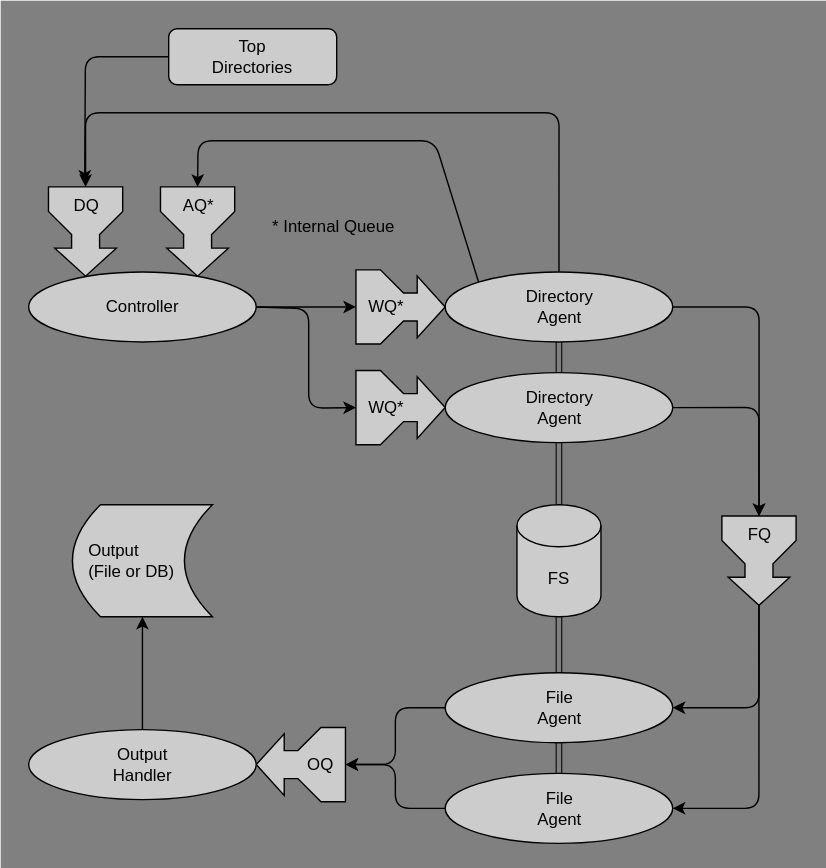
Before: docs/src/images/dirwalker.drawio.svg, a diagram exported from draw.io (david-macmahon/DirWalkers.jl). Source tidied: cells renumbered, new cells last; positions are measured from the earlier drawing's top-left corner, leaving out a move shared by most shapes.
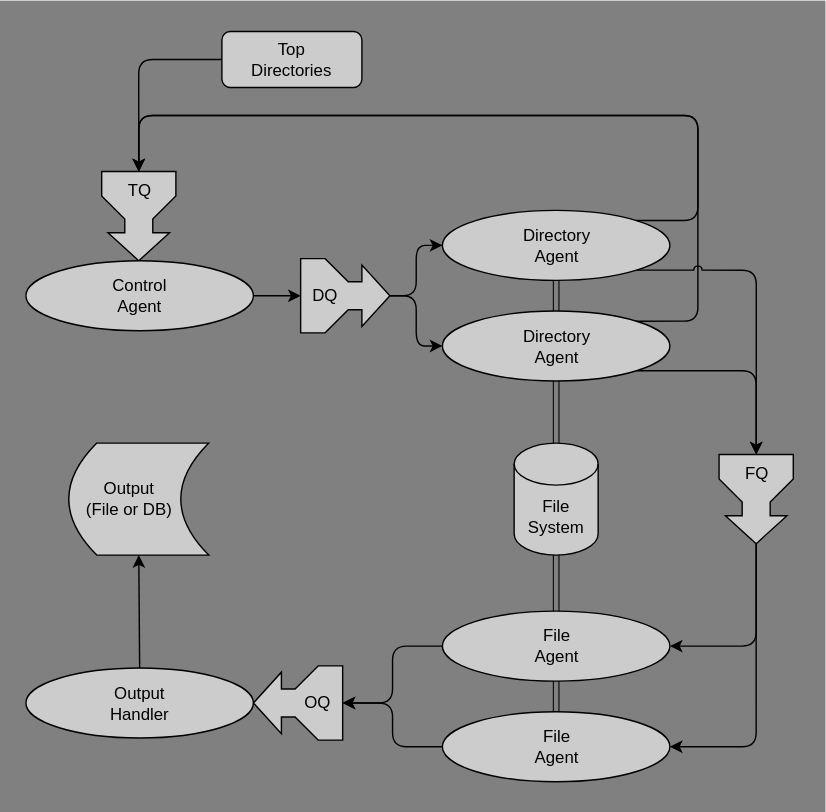
The same diagram one commit later.

Commit message:
Update block diagram with new architecture/terms

Change to the diagram source:
```diff
@@ -3,114 +3,106 @@
     <mxCell id="0" />
     <mxCell id="1" parent="0" />
     <mxCell id="2" style="rounded=0;whiteSpace=wrap;html=1;arcSize=3;fillColor=#808080;strokeColor=none;" parent="1" vertex="1">
-      <mxGeometry width="590" height="620" as="geometry" />
+      <mxGeometry width="590" height="580" as="geometry" />
     </mxCell>
+    <mxCell id="33" style="group;" parent="1" vertex="1">
+      <mxGeometry x="18.9" y="22.1" width="552.2" height="535.9" as="geometry" />
+    </mxCell>
-    <mxCell id="3" style="edgeStyle=orthogonalEdgeStyle;html=1;exitX=0;exitY=0.5;exitDx=0;exitDy=0;" parent="1" edge="1" source="4">
-      <mxGeometry relative="1" as="geometry">
-        <mxPoint x="60" y="130" as="targetPoint" />
-      </mxGeometry>
+    <mxCell id="3" style="edgeStyle=orthogonalEdgeStyle;html=1;exitX=0;exitY=0.5;exitDx=0;exitDy=0;entryX=0;entryY=0.5;entryDx=0;entryDy=0;entryPerimeter=0;" parent="33" edge="1" source="4" target="7">
+      <mxGeometry relative="1" as="geometry" />
     </mxCell>
-    <mxCell id="4" value="Top&lt;div&gt;Directories&lt;/div&gt;" style="rounded=1;whiteSpace=wrap;html=1;fillColor=#CCCCCC;" parent="1" vertex="1">
-      <mxGeometry x="120" y="20" width="120" height="40" as="geometry" />
+    <mxCell id="4" value="Top&lt;div&gt;Directories&lt;/div&gt;" style="rounded=1;whiteSpace=wrap;html=1;fillColor=#CCCCCC;" parent="33" vertex="1">
+      <mxGeometry x="140" width="100" height="40" as="geometry" />
     </mxCell>
-    <mxCell id="5" style="edgeStyle=none;html=1;exitX=0.5;exitY=0;exitDx=0;exitDy=0;entryX=0.5;entryY=1;entryDx=0;entryDy=0;entryPerimeter=0;endArrow=none;endFill=0;shape=link;strokeWidth=0.75;" parent="1" edge="1" source="25" target="30">
+    <mxCell id="5" style="edgeStyle=none;html=1;exitX=0.5;exitY=0;exitDx=0;exitDy=0;entryX=0.5;entryY=1;entryDx=0;entryDy=0;entryPerimeter=0;endArrow=none;endFill=0;shape=link;strokeWidth=0.75;" parent="33" edge="1" source="25" target="30">
       <mxGeometry relative="1" as="geometry" />
     </mxCell>
-    <mxCell id="6" value="AQ*" style="html=1;shadow=0;dashed=0;align=center;verticalAlign=top;shape=mxgraph.arrows2.tailedArrow;dy1=10;dx1=20;notch=0;arrowHead=12;dx2=17.5;dy2=26.5;rotation=0;textShadow=0;labelBackgroundColor=none;direction=south;fillColor=#CCCCCC;" parent="1" vertex="1">
-      <mxGeometry x="110" y="133" width="61.2" height="63.8" as="geometry" />
-    </mxCell>
-    <mxCell id="7" value="DQ" style="html=1;shadow=0;dashed=0;align=center;verticalAlign=top;shape=mxgraph.arrows2.tailedArrow;dy1=10;dx1=20;notch=0;arrowHead=12;dx2=17.5;dy2=26.5;rotation=0;textShadow=0;labelBackgroundColor=none;direction=south;fillColor=#CCCCCC;" parent="1" vertex="1">
-      <mxGeometry x="30" y="133" width="61.2" height="63.8" as="geometry" />
+    <mxCell id="7" value="TQ" style="html=1;shadow=0;dashed=0;align=center;verticalAlign=top;shape=mxgraph.arrows2.tailedArrow;dy1=10;dx1=20;notch=0;arrowHead=12;dx2=17.5;dy2=26.5;rotation=0;textShadow=0;labelBackgroundColor=none;direction=south;fillColor=#CCCCCC;" parent="33" vertex="1">
+      <mxGeometry x="50" y="100" width="61.2" height="63.8" as="geometry" />
     </mxCell>
-    <mxCell id="8" style="edgeStyle=none;html=1;exitX=1;exitY=0.5;exitDx=0;exitDy=0;entryX=0;entryY=0.5;entryDx=0;entryDy=0;entryPerimeter=0;" parent="1" edge="1" source="9" target="13">
+    <mxCell id="8" style="edgeStyle=none;html=1;exitX=1;exitY=0.5;exitDx=0;exitDy=0;entryX=0;entryY=0.5;entryDx=0;entryDy=0;entryPerimeter=0;" parent="33" edge="1" source="9" target="13">
       <mxGeometry relative="1" as="geometry" />
     </mxCell>
-    <mxCell id="9" value="Controller" style="ellipse;whiteSpace=wrap;html=1;fillColor=#CCCCCC;" parent="1" vertex="1">
-      <mxGeometry x="20" y="193.8" width="162.5" height="50" as="geometry" />
+    <mxCell id="9" value="Control&lt;div&gt;Agent&lt;/div&gt;" style="ellipse;whiteSpace=wrap;html=1;fillColor=#CCCCCC;" parent="33" vertex="1">
+      <mxGeometry y="163.8" width="162.5" height="50" as="geometry" />
     </mxCell>
-    <mxCell id="10" style="edgeStyle=orthogonalEdgeStyle;html=1;exitX=1;exitY=0.5;exitDx=0;exitDy=0;" parent="1" edge="1" source="12" target="21">
-      <mxGeometry relative="1" as="geometry" />
-    </mxCell>
-    <mxCell id="11" style="edgeStyle=none;html=1;exitX=0.5;exitY=1;exitDx=0;exitDy=0;endArrow=none;endFill=0;entryX=0.5;entryY=0;entryDx=0;entryDy=0;entryPerimeter=0;shape=link;strokeWidth=0.75;" parent="1" edge="1" source="12" target="30">
+    <mxCell id="11" style="edgeStyle=none;html=1;exitX=0.5;exitY=1;exitDx=0;exitDy=0;endArrow=none;endFill=0;entryX=0.5;entryY=0;entryDx=0;entryDy=0;entryPerimeter=0;shape=link;strokeWidth=0.75;" parent="33" edge="1" source="12" target="30">
       <mxGeometry relative="1" as="geometry" />
     </mxCell>
-    <mxCell id="12" value="Directory&lt;div&gt;Agent&lt;/div&gt;" style="ellipse;whiteSpace=wrap;html=1;fillColor=#CCCCCC;" parent="1" vertex="1">
-      <mxGeometry x="317.5" y="193.8" width="162.5" height="50" as="geometry" />
+    <mxCell id="12" value="Directory&lt;div&gt;Agent&lt;/div&gt;" style="ellipse;whiteSpace=wrap;html=1;fillColor=#CCCCCC;" parent="33" vertex="1">
+      <mxGeometry x="297.5" y="127.8" width="162.5" height="50" as="geometry" />
     </mxCell>
+    <mxCell id="32" style="edgeStyle=orthogonalEdgeStyle;html=1;exitX=1;exitY=0.5;exitDx=0;exitDy=0;exitPerimeter=0;entryX=0;entryY=0.5;entryDx=0;entryDy=0;" parent="33" edge="1" source="13" target="14">
+      <mxGeometry relative="1" as="geometry" />
+    </mxCell>
+    <mxCell id="34" style="edgeStyle=orthogonalEdgeStyle;html=1;exitX=1;exitY=0.5;exitDx=0;exitDy=0;exitPerimeter=0;entryX=0;entryY=0.5;entryDx=0;entryDy=0;" parent="33" edge="1" source="13" target="12">
+      <mxGeometry relative="1" as="geometry" />
+    </mxCell>
-    <mxCell id="13" value="WQ*" style="html=1;shadow=0;dashed=0;align=left;verticalAlign=middle;shape=mxgraph.arrows2.tailedArrow;dy1=10;dx1=20;notch=0;arrowHead=12;dx2=17.5;dy2=26.5;rotation=0;textShadow=0;labelBackgroundColor=none;direction=east;spacingLeft=7;fillColor=#CCCCCC;" parent="1" vertex="1">
-      <mxGeometry x="253.8" y="188.1" width="63.8" height="61.2" as="geometry" />
+    <mxCell id="13" value="DQ" style="html=1;shadow=0;dashed=0;align=left;verticalAlign=middle;shape=mxgraph.arrows2.tailedArrow;dy1=10;dx1=20;notch=0;arrowHead=12;dx2=17.5;dy2=26.5;rotation=0;textShadow=0;labelBackgroundColor=none;direction=east;spacingLeft=7;fillColor=#CCCCCC;" parent="33" vertex="1">
+      <mxGeometry x="196.2" y="158.1" width="63.8" height="61.2" as="geometry" />
     </mxCell>
-    <mxCell id="14" value="Directory&lt;div&gt;Agent&lt;/div&gt;" style="ellipse;whiteSpace=wrap;html=1;fillColor=#CCCCCC;" parent="1" vertex="1">
-      <mxGeometry x="317.5" y="265.6" width="162.5" height="50" as="geometry" />
+    <mxCell id="14" value="Directory&lt;div&gt;Agent&lt;/div&gt;" style="ellipse;whiteSpace=wrap;html=1;fillColor=#CCCCCC;" parent="33" vertex="1">
+      <mxGeometry x="297.5" y="199.6" width="162.5" height="50" as="geometry" />
     </mxCell>
-    <mxCell id="15" value="WQ*" style="html=1;shadow=0;dashed=0;align=left;verticalAlign=middle;shape=mxgraph.arrows2.tailedArrow;dy1=10;dx1=20;notch=0;arrowHead=12;dx2=17.5;dy2=26.5;rotation=0;textShadow=0;labelBackgroundColor=none;direction=east;spacingLeft=7;fillColor=#CCCCCC;" parent="1" vertex="1">
-      <mxGeometry x="253.8" y="260" width="63.8" height="61.2" as="geometry" />
-    </mxCell>
-    <mxCell id="16" style="edgeStyle=none;html=1;exitX=0;exitY=0;exitDx=0;exitDy=0;entryX=0;entryY=0.5;entryDx=0;entryDy=0;entryPerimeter=0;" parent="1" edge="1" source="12" target="6">
-      <mxGeometry relative="1" as="geometry">
-        <Array as="points">
-          <mxPoint x="310" y="100" />
-          <mxPoint x="141" y="100" />
-        </Array>
-      </mxGeometry>
-    </mxCell>
-    <mxCell id="17" style="edgeStyle=orthogonalEdgeStyle;html=1;entryX=0;entryY=0.5;entryDx=0;entryDy=0;entryPerimeter=0;exitX=0.5;exitY=0;exitDx=0;exitDy=0;" parent="1" edge="1" source="12" target="7">
+    <mxCell id="17" style="edgeStyle=orthogonalEdgeStyle;html=1;entryX=0;entryY=0.5;entryDx=0;entryDy=0;entryPerimeter=0;exitX=1;exitY=0;exitDx=0;exitDy=0;" parent="33" edge="1" source="14" target="7">
       <mxGeometry relative="1" as="geometry">
         <Array as="points">
-          <mxPoint x="399" y="80" />
-          <mxPoint x="61" y="80" />
+          <mxPoint x="480" y="207" />
+          <mxPoint x="480" y="60" />
+          <mxPoint x="81" y="60" />
         </Array>
       </mxGeometry>
     </mxCell>
-    <mxCell id="18" style="edgeStyle=none;html=1;exitX=1;exitY=0.5;exitDx=0;exitDy=0;entryX=0;entryY=0.5;entryDx=0;entryDy=0;entryPerimeter=0;" parent="1" edge="1" source="9" target="15">
-      <mxGeometry relative="1" as="geometry">
-        <Array as="points">
-          <mxPoint x="220" y="220" />
-          <mxPoint x="220" y="291" />
-        </Array>
-      </mxGeometry>
-    </mxCell>
-    <mxCell id="19" style="edgeStyle=orthogonalEdgeStyle;html=1;exitX=1;exitY=0.5;exitDx=0;exitDy=0;exitPerimeter=0;entryX=1;entryY=0.5;entryDx=0;entryDy=0;" parent="1" edge="1" source="21" target="25">
+    <mxCell id="19" style="edgeStyle=orthogonalEdgeStyle;html=1;exitX=1;exitY=0.5;exitDx=0;exitDy=0;exitPerimeter=0;entryX=1;entryY=0.5;entryDx=0;entryDy=0;" parent="33" edge="1" source="21" target="25">
       <mxGeometry relative="1" as="geometry" />
     </mxCell>
-    <mxCell id="20" style="edgeStyle=orthogonalEdgeStyle;html=1;exitX=1;exitY=0.5;exitDx=0;exitDy=0;exitPerimeter=0;entryX=1;entryY=0.5;entryDx=0;entryDy=0;" parent="1" edge="1" source="21" target="23">
+    <mxCell id="20" style="edgeStyle=orthogonalEdgeStyle;html=1;exitX=1;exitY=0.5;exitDx=0;exitDy=0;exitPerimeter=0;entryX=1;entryY=0.5;entryDx=0;entryDy=0;" parent="33" edge="1" source="21" target="23">
       <mxGeometry relative="1" as="geometry" />
     </mxCell>
-    <mxCell id="21" value="FQ" style="html=1;shadow=0;dashed=0;align=center;verticalAlign=top;shape=mxgraph.arrows2.tailedArrow;dy1=10;dx1=20;notch=0;arrowHead=12;dx2=17.5;dy2=26.5;rotation=0;textShadow=0;labelBackgroundColor=none;direction=south;fillColor=#CCCCCC;" parent="1" vertex="1">
-      <mxGeometry x="511" y="368.1" width="61.2" height="63.8" as="geometry" />
+    <mxCell id="21" value="FQ" style="html=1;shadow=0;dashed=0;align=center;verticalAlign=top;shape=mxgraph.arrows2.tailedArrow;dy1=10;dx1=20;notch=0;arrowHead=12;dx2=17.5;dy2=26.5;rotation=0;textShadow=0;labelBackgroundColor=none;direction=south;fillColor=#CCCCCC;" parent="33" vertex="1">
+      <mxGeometry x="491" y="302.1" width="61.2" height="63.8" as="geometry" />
     </mxCell>
-    <mxCell id="22" style="edgeStyle=orthogonalEdgeStyle;html=1;exitX=1;exitY=0.5;exitDx=0;exitDy=0;entryX=0;entryY=0.5;entryDx=0;entryDy=0;entryPerimeter=0;" parent="1" edge="1" source="14" target="21">
+    <mxCell id="22" style="edgeStyle=orthogonalEdgeStyle;html=1;exitX=1;exitY=1;exitDx=0;exitDy=0;entryX=0;entryY=0.5;entryDx=0;entryDy=0;entryPerimeter=0;" parent="33" edge="1" source="14" target="21">
       <mxGeometry relative="1" as="geometry" />
     </mxCell>
-    <mxCell id="23" value="File&lt;div&gt;Agent&lt;/div&gt;" style="ellipse;whiteSpace=wrap;html=1;fillColor=#CCCCCC;" parent="1" vertex="1">
-      <mxGeometry x="317.5" y="480" width="162.5" height="50" as="geometry" />
+    <mxCell id="23" value="File&lt;div&gt;Agent&lt;/div&gt;" style="ellipse;whiteSpace=wrap;html=1;fillColor=#CCCCCC;" parent="33" vertex="1">
+      <mxGeometry x="297.5" y="414" width="162.5" height="50" as="geometry" />
     </mxCell>
-    <mxCell id="24" style="edgeStyle=orthogonalEdgeStyle;html=1;exitX=0;exitY=0.5;exitDx=0;exitDy=0;entryX=0;entryY=0.5;entryDx=0;entryDy=0;entryPerimeter=0;" parent="1" edge="1" source="25" target="26">
+    <mxCell id="24" style="edgeStyle=orthogonalEdgeStyle;html=1;exitX=0;exitY=0.5;exitDx=0;exitDy=0;entryX=0;entryY=0.5;entryDx=0;entryDy=0;entryPerimeter=0;" parent="33" edge="1" source="25" target="26">
       <mxGeometry relative="1" as="geometry" />
     </mxCell>
-    <mxCell id="25" value="File&lt;div&gt;Agent&lt;/div&gt;" style="ellipse;whiteSpace=wrap;html=1;fillColor=#CCCCCC;" parent="1" vertex="1">
-      <mxGeometry x="317.5" y="551.9" width="162.5" height="50" as="geometry" />
+    <mxCell id="25" value="File&lt;div&gt;Agent&lt;/div&gt;" style="ellipse;whiteSpace=wrap;html=1;fillColor=#CCCCCC;" parent="33" vertex="1">
+      <mxGeometry x="297.5" y="485.9" width="162.5" height="50" as="geometry" />
     </mxCell>
-    <mxCell id="26" value="OQ" style="html=1;shadow=0;dashed=0;align=right;verticalAlign=middle;shape=mxgraph.arrows2.tailedArrow;dy1=10;dx1=20;notch=0;arrowHead=12;dx2=17.5;dy2=26.5;rotation=0;textShadow=0;labelBackgroundColor=none;direction=west;spacingLeft=7;spacingRight=7;fillColor=#CCCCCC;" parent="1" vertex="1">
-      <mxGeometry x="182.5" y="515" width="63.8" height="61.2" as="geometry" />
+    <mxCell id="26" value="OQ" style="html=1;shadow=0;dashed=0;align=right;verticalAlign=middle;shape=mxgraph.arrows2.tailedArrow;dy1=10;dx1=20;notch=0;arrowHead=12;dx2=17.5;dy2=26.5;rotation=0;textShadow=0;labelBackgroundColor=none;direction=west;spacingLeft=7;spacingRight=7;fillColor=#CCCCCC;" parent="33" vertex="1">
+      <mxGeometry x="162.5" y="449" width="63.8" height="61.2" as="geometry" />
     </mxCell>
-    <mxCell id="27" style="edgeStyle=orthogonalEdgeStyle;html=1;exitX=0;exitY=0.5;exitDx=0;exitDy=0;entryX=0;entryY=0.5;entryDx=0;entryDy=0;entryPerimeter=0;" parent="1" edge="1" source="23" target="26">
+    <mxCell id="27" style="edgeStyle=orthogonalEdgeStyle;html=1;exitX=0;exitY=0.5;exitDx=0;exitDy=0;entryX=0;entryY=0.5;entryDx=0;entryDy=0;entryPerimeter=0;" parent="33" edge="1" source="23" target="26">
       <mxGeometry relative="1" as="geometry" />
     </mxCell>
-    <mxCell id="28" style="edgeStyle=none;html=1;exitX=0.5;exitY=0;exitDx=0;exitDy=0;entryX=0.5;entryY=1;entryDx=0;entryDy=0;" parent="1" edge="1" source="29" target="31">
+    <mxCell id="28" style="edgeStyle=none;html=1;exitX=0.5;exitY=0;exitDx=0;exitDy=0;entryX=0.5;entryY=1;entryDx=0;entryDy=0;" parent="33" edge="1" source="29" target="31">
       <mxGeometry relative="1" as="geometry" />
     </mxCell>
-    <mxCell id="29" value="Output&lt;div&gt;Handler&lt;/div&gt;" style="ellipse;whiteSpace=wrap;html=1;fillColor=#CCCCCC;" parent="1" vertex="1">
-      <mxGeometry x="20" y="520.6" width="162.5" height="50" as="geometry" />
+    <mxCell id="29" value="Output&lt;div&gt;Handler&lt;/div&gt;" style="ellipse;whiteSpace=wrap;html=1;fillColor=#CCCCCC;" parent="33" vertex="1">
+      <mxGeometry y="454.6" width="162.5" height="50" as="geometry" />
     </mxCell>
-    <mxCell id="30" value="FS" style="shape=cylinder3;whiteSpace=wrap;html=1;boundedLbl=1;backgroundOutline=1;size=15;fillColor=#CCCCCC;" parent="1" vertex="1">
-      <mxGeometry x="368.8" y="360" width="60" height="80" as="geometry" />
+    <mxCell id="30" value="File&lt;div&gt;System&lt;/div&gt;" style="shape=cylinder3;whiteSpace=wrap;html=1;boundedLbl=1;backgroundOutline=1;size=15;fillColor=#CCCCCC;" parent="33" vertex="1">
+      <mxGeometry x="348.8" y="294" width="60" height="80" as="geometry" />
     </mxCell>
-    <mxCell id="31" value="Output&lt;div&gt;(File or DB)&lt;/div&gt;" style="shape=dataStorage;whiteSpace=wrap;html=1;fixedSize=1;align=left;spacingLeft=10;fillColor=#CCCCCC;" parent="1" vertex="1">
-      <mxGeometry x="51.2" y="360" width="100" height="80" as="geometry" />
+    <mxCell id="31" value="Output&lt;div&gt;(File or DB)&lt;/div&gt;" style="shape=dataStorage;whiteSpace=wrap;html=1;fixedSize=1;align=center;spacingLeft=10;fillColor=#CCCCCC;spacingRight=24;" parent="33" vertex="1">
+      <mxGeometry x="30.6" y="294" width="100" height="80" as="geometry" />
     </mxCell>
-    <mxCell id="32" value="* Internal Queue" style="text;html=1;align=center;verticalAlign=middle;whiteSpace=wrap;rounded=0;" parent="1" vertex="1">
-      <mxGeometry x="182.5" y="146.9" width="110" height="30" as="geometry" />
-    </mxCell>
+    <mxCell id="35" style="edgeStyle=orthogonalEdgeStyle;html=1;exitX=1;exitY=0;exitDx=0;exitDy=0;entryX=0;entryY=0.5;entryDx=0;entryDy=0;entryPerimeter=0;" parent="33" edge="1" source="12" target="7">
+      <mxGeometry relative="1" as="geometry">
+        <Array as="points">
+          <mxPoint x="480" y="135" />
+          <mxPoint x="480" y="60" />
+          <mxPoint x="81" y="60" />
+        </Array>
+      </mxGeometry>
+    </mxCell>
+    <mxCell id="10" style="edgeStyle=orthogonalEdgeStyle;html=1;exitX=1;exitY=1;exitDx=0;exitDy=0;jumpStyle=arc;" parent="33" edge="1" source="12" target="21">
+      <mxGeometry relative="1" as="geometry" />
+    </mxCell>
   </root>
 </mxGraphModel>
```
